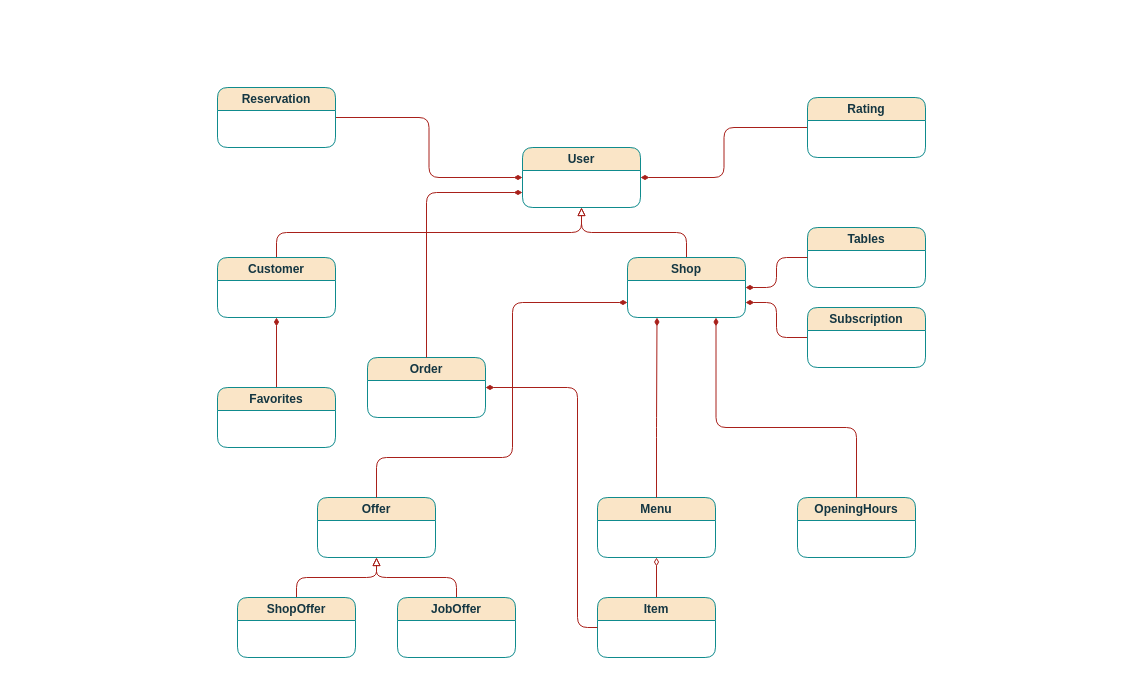
This is documents/contributions/Reasy.drawio from Mpooks/reasy, a draw.io file, before an edit. Source tidied: cells renumbered, new cells numbered last; positions are measured from the earlier drawing's top-left corner, leaving out a move shared by most shapes. Both pictures are drawn from the tidied source at 100%, with x=0, y=0 at pixel (217, 87).
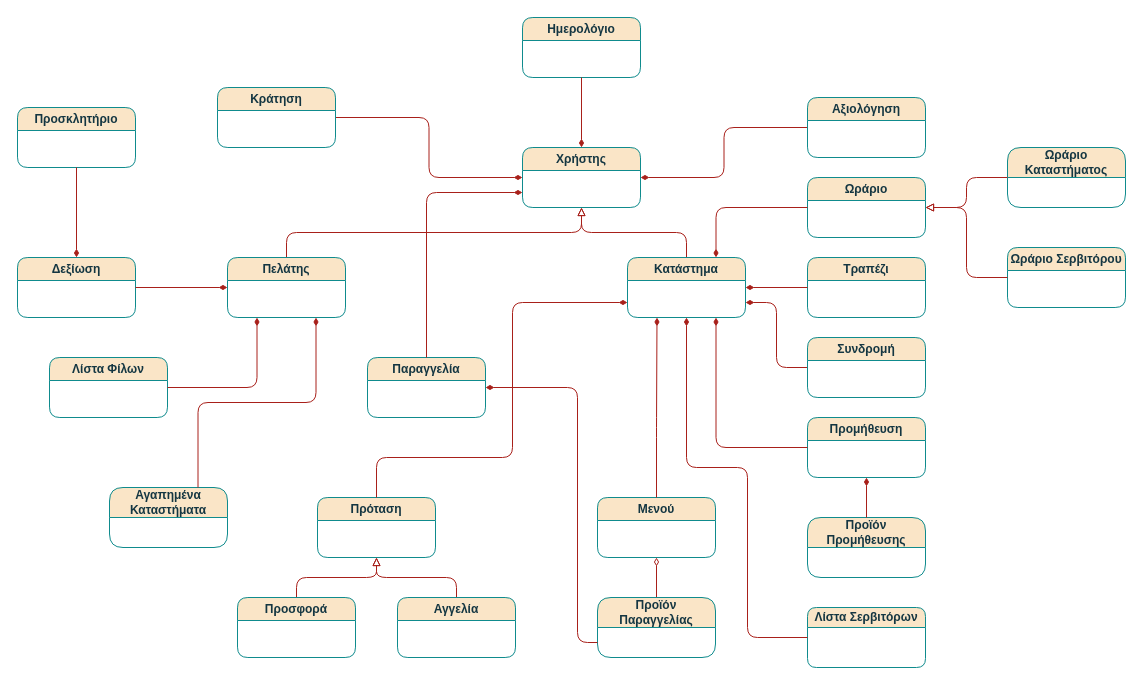
Above is the later version.

Commit message (it also covers changes not shown here):
Domain model

The edit, as a diff of the source:
```diff
@@
-    <mxCell id="4" value="User&lt;br&gt;" style="swimlane;whiteSpace=wrap;html=1;labelBackgroundColor=none;rounded=1;fillColor=#FAE5C7;strokeColor=#0F8B8D;fontColor=#143642;" parent="1" vertex="1">
+    <mxCell id="4" value="Χρήστης" style="swimlane;whiteSpace=wrap;html=1;labelBackgroundColor=none;rounded=1;fillColor=#FAE5C7;strokeColor=#0F8B8D;fontColor=#143642;" parent="1" vertex="1">
       <mxGeometry x="305" y="60" width="118" height="60" as="geometry" />
     </mxCell>
-    <mxCell id="5" value="Customer" style="swimlane;whiteSpace=wrap;html=1;labelBackgroundColor=none;rounded=1;fillColor=#FAE5C7;strokeColor=#0F8B8D;fontColor=#143642;" parent="1" vertex="1">
-      <mxGeometry y="170" width="118" height="60" as="geometry" />
+    <mxCell id="5" value="Πελάτης" style="swimlane;whiteSpace=wrap;html=1;labelBackgroundColor=none;rounded=1;fillColor=#FAE5C7;strokeColor=#0F8B8D;fontColor=#143642;" parent="1" vertex="1">
+      <mxGeometry x="10" y="170" width="118" height="60" as="geometry" />
     </mxCell>
-    <mxCell id="6" value="Shop" style="swimlane;whiteSpace=wrap;html=1;labelBackgroundColor=none;rounded=1;fillColor=#FAE5C7;strokeColor=#0F8B8D;fontColor=#143642;" parent="1" vertex="1">
+    <mxCell id="6" value="Κατάστημα" style="swimlane;whiteSpace=wrap;html=1;labelBackgroundColor=none;rounded=1;fillColor=#FAE5C7;strokeColor=#0F8B8D;fontColor=#143642;" parent="1" vertex="1">
       <mxGeometry x="410" y="170" width="118" height="60" as="geometry" />
     </mxCell>
-    <mxCell id="7" value="Menu" style="swimlane;whiteSpace=wrap;html=1;labelBackgroundColor=none;rounded=1;fillColor=#FAE5C7;strokeColor=#0F8B8D;fontColor=#143642;" parent="1" vertex="1">
+    <mxCell id="7" value="Μενού" style="swimlane;whiteSpace=wrap;html=1;labelBackgroundColor=none;rounded=1;fillColor=#FAE5C7;strokeColor=#0F8B8D;fontColor=#143642;" parent="1" vertex="1">
       <mxGeometry x="380" y="410" width="118" height="60" as="geometry" />
     </mxCell>
@@
-    <mxCell id="9" value="Item" style="swimlane;whiteSpace=wrap;html=1;labelBackgroundColor=none;rounded=1;fillColor=#FAE5C7;strokeColor=#0F8B8D;fontColor=#143642;" parent="1" vertex="1">
+    <mxCell id="9" value="Προϊόν Παραγγελίας" style="swimlane;whiteSpace=wrap;html=1;labelBackgroundColor=none;rounded=1;fillColor=#FAE5C7;strokeColor=#0F8B8D;fontColor=#143642;startSize=30;" parent="1" vertex="1">
       <mxGeometry x="380" y="510" width="118" height="60" as="geometry" />
     </mxCell>
@@
-    <mxCell id="11" value="Reservation" style="swimlane;whiteSpace=wrap;html=1;labelBackgroundColor=none;rounded=1;fillColor=#FAE5C7;strokeColor=#0F8B8D;fontColor=#143642;" parent="1" vertex="1">
+    <mxCell id="11" value="Κράτηση" style="swimlane;whiteSpace=wrap;html=1;labelBackgroundColor=none;rounded=1;fillColor=#FAE5C7;strokeColor=#0F8B8D;fontColor=#143642;startSize=23;" parent="1" vertex="1">
       <mxGeometry width="118" height="60" as="geometry" />
     </mxCell>
-    <mxCell id="12" value="Order" style="swimlane;whiteSpace=wrap;html=1;labelBackgroundColor=none;rounded=1;fillColor=#FAE5C7;strokeColor=#0F8B8D;fontColor=#143642;" parent="1" vertex="1">
+    <mxCell id="12" value="Παραγγελία" style="swimlane;whiteSpace=wrap;html=1;labelBackgroundColor=none;rounded=1;fillColor=#FAE5C7;strokeColor=#0F8B8D;fontColor=#143642;" parent="1" vertex="1">
       <mxGeometry x="150" y="270" width="118" height="60" as="geometry" />
     </mxCell>
@@
-    <mxCell id="14" value="Subscription" style="swimlane;whiteSpace=wrap;html=1;labelBackgroundColor=none;rounded=1;fillColor=#FAE5C7;strokeColor=#0F8B8D;fontColor=#143642;" parent="1" vertex="1">
-      <mxGeometry x="590" y="220" width="118" height="60" as="geometry" />
+    <mxCell id="14" value="Συνδρομή" style="swimlane;whiteSpace=wrap;html=1;labelBackgroundColor=none;rounded=1;fillColor=#FAE5C7;strokeColor=#0F8B8D;fontColor=#143642;" parent="1" vertex="1">
+      <mxGeometry x="590" y="250" width="118" height="60" as="geometry" />
     </mxCell>
-    <mxCell id="15" value="OpeningHours" style="swimlane;whiteSpace=wrap;html=1;labelBackgroundColor=none;rounded=1;fillColor=#FAE5C7;strokeColor=#0F8B8D;fontColor=#143642;" parent="1" vertex="1">
-      <mxGeometry x="580" y="410" width="118" height="60" as="geometry" />
+    <mxCell id="15" value="Ωράριο" style="swimlane;whiteSpace=wrap;html=1;labelBackgroundColor=none;rounded=1;fillColor=#FAE5C7;strokeColor=#0F8B8D;fontColor=#143642;" parent="1" vertex="1">
+      <mxGeometry x="590" y="90" width="118" height="60" as="geometry" />
     </mxCell>
-    <mxCell id="16" value="Tables" style="swimlane;whiteSpace=wrap;html=1;labelBackgroundColor=none;rounded=1;fillColor=#FAE5C7;strokeColor=#0F8B8D;fontColor=#143642;glass=0;" parent="1" vertex="1">
-      <mxGeometry x="590" y="140" width="118" height="60" as="geometry" />
+    <mxCell id="16" value="Τραπέζι" style="swimlane;whiteSpace=wrap;html=1;labelBackgroundColor=none;rounded=1;fillColor=#FAE5C7;strokeColor=#0F8B8D;fontColor=#143642;glass=0;" parent="1" vertex="1">
+      <mxGeometry x="590" y="170" width="118" height="60" as="geometry" />
     </mxCell>
@@
-    <mxCell id="19" value="Offer" style="swimlane;whiteSpace=wrap;html=1;labelBackgroundColor=none;rounded=1;fillColor=#FAE5C7;strokeColor=#0F8B8D;fontColor=#143642;" parent="1" vertex="1">
+    <mxCell id="19" value="Πρόταση" style="swimlane;whiteSpace=wrap;html=1;labelBackgroundColor=none;rounded=1;fillColor=#FAE5C7;strokeColor=#0F8B8D;fontColor=#143642;" parent="1" vertex="1">
       <mxGeometry x="100" y="410" width="118" height="60" as="geometry" />
     </mxCell>
-    <mxCell id="20" value="ShopOffer" style="swimlane;whiteSpace=wrap;html=1;labelBackgroundColor=none;rounded=1;fillColor=#FAE5C7;strokeColor=#0F8B8D;fontColor=#143642;" parent="1" vertex="1">
+    <mxCell id="20" value="Προσφορά" style="swimlane;whiteSpace=wrap;html=1;labelBackgroundColor=none;rounded=1;fillColor=#FAE5C7;strokeColor=#0F8B8D;fontColor=#143642;" parent="1" vertex="1">
       <mxGeometry x="20" y="510" width="118" height="60" as="geometry" />
     </mxCell>
-    <mxCell id="21" value="JobOffer" style="swimlane;whiteSpace=wrap;html=1;labelBackgroundColor=none;rounded=1;fillColor=#FAE5C7;strokeColor=#0F8B8D;fontColor=#143642;" parent="1" vertex="1">
+    <mxCell id="21" value="Αγγελία" style="swimlane;whiteSpace=wrap;html=1;labelBackgroundColor=none;rounded=1;fillColor=#FAE5C7;strokeColor=#0F8B8D;fontColor=#143642;" parent="1" vertex="1">
       <mxGeometry x="180" y="510" width="118" height="60" as="geometry" />
     </mxCell>
-    <mxCell id="22" style="edgeStyle=orthogonalEdgeStyle;rounded=1;jettySize=auto;html=1;exitX=0.5;exitY=0;exitDx=0;exitDy=0;fontColor=default;startFill=1;endArrow=diamondThin;endFill=1;entryX=0.5;entryY=1;entryDx=0;entryDy=0;labelBackgroundColor=none;strokeColor=#A8201A;" parent="1" edge="1" source="23" target="5">
-      <mxGeometry relative="1" as="geometry" />
-    </mxCell>
-    <mxCell id="23" value="Favorites" style="swimlane;whiteSpace=wrap;html=1;labelBackgroundColor=none;rounded=1;fillColor=#FAE5C7;strokeColor=#0F8B8D;fontColor=#143642;" parent="1" vertex="1">
-      <mxGeometry y="300" width="118" height="60" as="geometry" />
+    <mxCell id="23" value="Αγαπημένα Καταστήματα" style="swimlane;whiteSpace=wrap;html=1;labelBackgroundColor=none;rounded=1;fillColor=#FAE5C7;strokeColor=#0F8B8D;fontColor=#143642;startSize=30;" parent="1" vertex="1">
+      <mxGeometry x="-108" y="400" width="118" height="60" as="geometry" />
     </mxCell>
@@
-    <mxCell id="25" value="Rating" style="swimlane;whiteSpace=wrap;html=1;labelBackgroundColor=none;rounded=1;fillColor=#FAE5C7;strokeColor=#0F8B8D;fontColor=#143642;" parent="1" vertex="1">
+    <mxCell id="25" value="Αξιολόγηση" style="swimlane;whiteSpace=wrap;html=1;labelBackgroundColor=none;rounded=1;fillColor=#FAE5C7;strokeColor=#0F8B8D;fontColor=#143642;" parent="1" vertex="1">
       <mxGeometry x="590" y="10" width="118" height="60" as="geometry" />
     </mxCell>
@@
-    <mxCell id="28" style="edgeStyle=orthogonalEdgeStyle;rounded=1;jettySize=auto;html=1;exitX=0.5;exitY=0;exitDx=0;exitDy=0;fontColor=default;startFill=1;endArrow=diamondThin;endFill=1;entryX=0.75;entryY=1;entryDx=0;entryDy=0;labelBackgroundColor=none;strokeColor=#A8201A;" parent="1" edge="1" source="15" target="6">
-      <mxGeometry relative="1" as="geometry">
-        <Array as="points">
-          <mxPoint x="639" y="340" />
-          <mxPoint x="499" y="340" />
-        </Array>
-      </mxGeometry>
-    </mxCell>
-    <mxCell id="29" style="edgeStyle=orthogonalEdgeStyle;rounded=1;jettySize=auto;html=1;exitX=0;exitY=0.5;exitDx=0;exitDy=0;entryX=1;entryY=0.5;entryDx=0;entryDy=0;fontColor=default;startFill=1;endArrow=diamondThin;endFill=1;labelBackgroundColor=none;strokeColor=#A8201A;" parent="1" edge="1" source="9" target="12">
+    <mxCell id="29" style="edgeStyle=orthogonalEdgeStyle;rounded=1;jettySize=auto;html=1;exitX=0;exitY=0.75;exitDx=0;exitDy=0;entryX=1;entryY=0.5;entryDx=0;entryDy=0;fontColor=default;startFill=1;endArrow=diamondThin;endFill=1;labelBackgroundColor=none;strokeColor=#A8201A;" parent="1" edge="1" source="9" target="12">
       <mxGeometry relative="1" as="geometry">
         <Array as="points">
-          <mxPoint x="360" y="540" />
+          <mxPoint x="360" y="555" />
           <mxPoint x="360" y="300" />
         </Array>
       </mxGeometry>
     </mxCell>
@@
+    <mxCell id="32" value="Δεξίωση" style="swimlane;whiteSpace=wrap;html=1;labelBackgroundColor=none;rounded=1;fillColor=#FAE5C7;strokeColor=#0F8B8D;fontColor=#143642;startSize=23;" parent="1" vertex="1">
+      <mxGeometry x="-200" y="170" width="118" height="60" as="geometry" />
+    </mxCell>
+    <mxCell id="33" style="edgeStyle=orthogonalEdgeStyle;rounded=1;jettySize=auto;html=1;exitX=1;exitY=0.5;exitDx=0;exitDy=0;fontColor=default;startFill=1;endArrow=diamondThin;endFill=1;entryX=0;entryY=0.5;entryDx=0;entryDy=0;labelBackgroundColor=none;strokeColor=#A8201A;" parent="1" edge="1" source="32" target="5">
+      <mxGeometry relative="1" as="geometry" />
+    </mxCell>
+    <mxCell id="34" value="Λίστα Φίλων" style="swimlane;whiteSpace=wrap;html=1;labelBackgroundColor=none;rounded=1;fillColor=#FAE5C7;strokeColor=#0F8B8D;fontColor=#143642;startSize=23;" parent="1" vertex="1">
+      <mxGeometry x="-168" y="270" width="118" height="60" as="geometry" />
+    </mxCell>
+    <mxCell id="35" style="edgeStyle=orthogonalEdgeStyle;rounded=1;jettySize=auto;html=1;exitX=1;exitY=0.5;exitDx=0;exitDy=0;fontColor=default;startFill=1;endArrow=diamondThin;endFill=1;entryX=0.25;entryY=1;entryDx=0;entryDy=0;labelBackgroundColor=none;strokeColor=#A8201A;" parent="1" edge="1" source="34" target="5">
+      <mxGeometry relative="1" as="geometry" />
+    </mxCell>
+    <mxCell id="36" value="Ημερολόγιο" style="swimlane;whiteSpace=wrap;html=1;labelBackgroundColor=none;rounded=1;fillColor=#FAE5C7;strokeColor=#0F8B8D;fontColor=#143642;startSize=23;" parent="1" vertex="1">
+      <mxGeometry x="305" y="-70" width="118" height="60" as="geometry" />
+    </mxCell>
+    <mxCell id="37" style="edgeStyle=orthogonalEdgeStyle;rounded=1;jettySize=auto;html=1;exitX=0.5;exitY=1;exitDx=0;exitDy=0;entryX=0.5;entryY=0;entryDx=0;entryDy=0;fontColor=default;endArrow=diamondThin;endFill=1;labelBackgroundColor=none;strokeColor=#A8201A;" parent="1" edge="1" source="36" target="4">
+      <mxGeometry relative="1" as="geometry" />
+    </mxCell>
+    <mxCell id="38" value="Προμήθευση" style="swimlane;whiteSpace=wrap;html=1;labelBackgroundColor=none;rounded=1;fillColor=#FAE5C7;strokeColor=#0F8B8D;fontColor=#143642;startSize=23;" parent="1" vertex="1">
+      <mxGeometry x="590" y="330" width="118" height="60" as="geometry" />
+    </mxCell>
+    <mxCell id="39" style="edgeStyle=orthogonalEdgeStyle;rounded=1;jettySize=auto;html=1;exitX=0;exitY=0.5;exitDx=0;exitDy=0;fontColor=default;startFill=1;endArrow=diamondThin;endFill=1;labelBackgroundColor=none;entryX=0.75;entryY=1;entryDx=0;entryDy=0;strokeColor=#A8201A;" parent="1" edge="1" source="38" target="6">
+      <mxGeometry relative="1" as="geometry" />
+    </mxCell>
+    <mxCell id="28" style="edgeStyle=orthogonalEdgeStyle;rounded=1;jettySize=auto;html=1;exitX=0;exitY=0.5;exitDx=0;exitDy=0;fontColor=default;startFill=1;endArrow=diamondThin;endFill=1;labelBackgroundColor=none;entryX=0.75;entryY=0;entryDx=0;entryDy=0;strokeColor=#A8201A;" parent="1" edge="1" source="15" target="6">
+      <mxGeometry relative="1" as="geometry" />
+    </mxCell>
+    <mxCell id="40" value="Προϊόν Προμήθευσης" style="swimlane;whiteSpace=wrap;html=1;labelBackgroundColor=none;rounded=1;fillColor=#FAE5C7;strokeColor=#0F8B8D;fontColor=#143642;startSize=30;" parent="1" vertex="1">
+      <mxGeometry x="590" y="430" width="118" height="60" as="geometry" />
+    </mxCell>
+    <mxCell id="41" style="edgeStyle=orthogonalEdgeStyle;rounded=1;jettySize=auto;html=1;exitX=0.5;exitY=0;exitDx=0;exitDy=0;fontColor=default;startFill=1;endArrow=diamondThin;endFill=1;labelBackgroundColor=none;strokeColor=#A8201A;entryX=0.5;entryY=1;entryDx=0;entryDy=0;" parent="1" edge="1" source="40" target="38">
+      <mxGeometry relative="1" as="geometry" />
+    </mxCell>
+    <mxCell id="22" style="edgeStyle=orthogonalEdgeStyle;rounded=1;jettySize=auto;html=1;exitX=0.75;exitY=0;exitDx=0;exitDy=0;fontColor=default;startFill=1;endArrow=diamondThin;endFill=1;entryX=0.75;entryY=1;entryDx=0;entryDy=0;labelBackgroundColor=none;strokeColor=#A8201A;" parent="1" edge="1" source="23" target="5">
+      <mxGeometry relative="1" as="geometry" />
+    </mxCell>
+    <mxCell id="42" value="Προσκλητήριο" style="swimlane;whiteSpace=wrap;html=1;labelBackgroundColor=none;rounded=1;fillColor=#FAE5C7;strokeColor=#0F8B8D;fontColor=#143642;startSize=23;" parent="1" vertex="1">
+      <mxGeometry x="-200" y="20" width="118" height="60" as="geometry" />
+    </mxCell>
+    <mxCell id="43" style="edgeStyle=orthogonalEdgeStyle;rounded=1;jettySize=auto;html=1;exitX=0.5;exitY=1;exitDx=0;exitDy=0;fontColor=default;startFill=1;endArrow=diamondThin;endFill=1;entryX=0.5;entryY=0;entryDx=0;entryDy=0;labelBackgroundColor=none;strokeColor=#A8201A;" parent="1" edge="1" source="42" target="32">
+      <mxGeometry relative="1" as="geometry" />
+    </mxCell>
+    <mxCell id="44" value="Ωράριο Καταστήματος" style="swimlane;whiteSpace=wrap;html=1;labelBackgroundColor=none;rounded=1;fillColor=#FAE5C7;strokeColor=#0F8B8D;fontColor=#143642;startSize=30;" parent="1" vertex="1">
+      <mxGeometry x="790" y="60" width="118" height="60" as="geometry" />
+    </mxCell>
+    <mxCell id="45" value="Ωράριο Σερβιτόρου" style="swimlane;whiteSpace=wrap;html=1;labelBackgroundColor=none;rounded=1;fillColor=#FAE5C7;strokeColor=#0F8B8D;fontColor=#143642;" parent="1" vertex="1">
+      <mxGeometry x="790" y="160" width="118" height="60" as="geometry" />
+    </mxCell>
+    <mxCell id="46" style="edgeStyle=orthogonalEdgeStyle;rounded=1;jettySize=auto;html=1;exitX=0;exitY=0.5;exitDx=0;exitDy=0;fontColor=default;startFill=1;endArrow=block;endFill=0;labelBackgroundColor=none;strokeColor=#A8201A;entryX=1;entryY=0.5;entryDx=0;entryDy=0;" parent="1" edge="1" source="45" target="15">
+      <mxGeometry relative="1" as="geometry" />
+    </mxCell>
+    <mxCell id="47" style="edgeStyle=orthogonalEdgeStyle;rounded=1;jettySize=auto;html=1;exitX=0;exitY=0.5;exitDx=0;exitDy=0;fontColor=default;endArrow=block;endFill=0;labelBackgroundColor=none;strokeColor=#A8201A;entryX=1;entryY=0.5;entryDx=0;entryDy=0;" parent="1" edge="1" source="44" target="15">
+      <mxGeometry relative="1" as="geometry" />
+    </mxCell>
+    <mxCell id="48" value="Λίστα Σερβιτόρων" style="swimlane;whiteSpace=wrap;html=1;labelBackgroundColor=none;rounded=1;fillColor=#FAE5C7;strokeColor=#0F8B8D;fontColor=#143642;startSize=20;" parent="1" vertex="1">
+      <mxGeometry x="590" y="520" width="118" height="60" as="geometry" />
+    </mxCell>
+    <mxCell id="49" style="edgeStyle=orthogonalEdgeStyle;rounded=1;jettySize=auto;html=1;exitX=0;exitY=0.5;exitDx=0;exitDy=0;fontColor=default;startFill=1;endArrow=diamondThin;endFill=1;labelBackgroundColor=none;entryX=0.5;entryY=1;entryDx=0;entryDy=0;strokeColor=#A8201A;" parent="1" edge="1" source="48" target="6">
+      <mxGeometry relative="1" as="geometry">
+        <Array as="points">
+          <mxPoint x="530" y="550" />
+          <mxPoint x="530" y="380" />
+          <mxPoint x="469" y="380" />
+        </Array>
+      </mxGeometry>
+    </mxCell>
```
